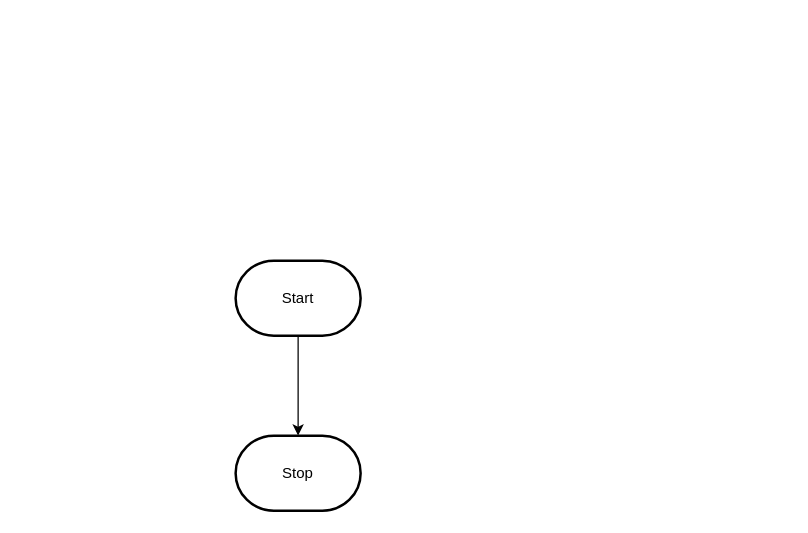
MTHS-ICD2O-1-2023/ICD2O-Unit-3-02-nathan-desilva keeps this draw.io diagram as design/flowchart.drawio. Above is the earlier version. Source tidied: cells renumbered, new cells numbered last; positions are measured from the earlier drawing's top-left corner, leaving out a move shared by most shapes. Both pictures are drawn from the tidied source at 125%, with x=0, y=0 at pixel (235, 260).
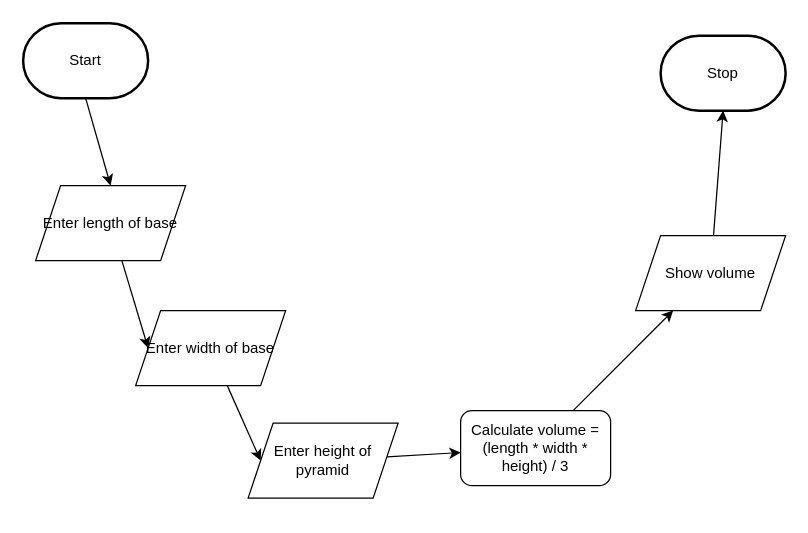
Above is the later version.

Commit message (it also covers changes not shown here):
did flowchart and storyboard

Diff of the diagram source:
```diff
@@
 <mxGraphModel>
   <root>
     <mxCell id="0" />
     <mxCell id="1" parent="0" />
-    <mxCell id="2" style="edgeStyle=orthogonalEdgeStyle;html=1;rounded=0;" parent="1" edge="1" source="3" target="4">
-      <mxGeometry relative="1" as="geometry" />
-    </mxCell>
+    <mxCell id="5" style="edgeStyle=none;html=1;exitX=0.5;exitY=1;exitDx=0;exitDy=0;exitPerimeter=0;entryX=0.5;entryY=0;entryDx=0;entryDy=0;" parent="1" edge="1" source="3" target="7">
+      <mxGeometry relative="1" as="geometry" />
+    </mxCell>
     <mxCell id="3" value="Start" style="strokeWidth=2;html=1;shape=mxgraph.flowchart.terminator;whiteSpace=wrap;" parent="1" vertex="1">
-      <mxGeometry width="100" height="60" as="geometry" />
+      <mxGeometry x="-170" y="-190" width="100" height="60" as="geometry" />
     </mxCell>
     <mxCell id="4" value="Stop" style="strokeWidth=2;html=1;shape=mxgraph.flowchart.terminator;whiteSpace=wrap;" parent="1" vertex="1">
-      <mxGeometry y="140" width="100" height="60" as="geometry" />
+      <mxGeometry x="340" y="-180" width="100" height="60" as="geometry" />
     </mxCell>
+    <mxCell id="6" style="edgeStyle=none;html=1;entryX=0;entryY=0.5;entryDx=0;entryDy=0;" parent="1" edge="1" source="7" target="9">
+      <mxGeometry relative="1" as="geometry" />
+    </mxCell>
+    <mxCell id="7" value="Enter length of base" style="shape=parallelogram;perimeter=parallelogramPerimeter;whiteSpace=wrap;html=1;fixedSize=1;" parent="1" vertex="1">
+      <mxGeometry x="-160" y="-60" width="120" height="60" as="geometry" />
+    </mxCell>
+    <mxCell id="8" style="edgeStyle=none;html=1;entryX=0;entryY=0.5;entryDx=0;entryDy=0;" parent="1" edge="1" source="9" target="11">
+      <mxGeometry relative="1" as="geometry" />
+    </mxCell>
+    <mxCell id="9" value="Enter width of base" style="shape=parallelogram;perimeter=parallelogramPerimeter;whiteSpace=wrap;html=1;fixedSize=1;" parent="1" vertex="1">
+      <mxGeometry x="-80" y="40" width="120" height="60" as="geometry" />
+    </mxCell>
+    <mxCell id="10" style="edgeStyle=none;html=1;" parent="1" edge="1" source="11" target="13">
+      <mxGeometry relative="1" as="geometry" />
+    </mxCell>
+    <mxCell id="11" value="Enter height of pyramid" style="shape=parallelogram;perimeter=parallelogramPerimeter;whiteSpace=wrap;html=1;fixedSize=1;" parent="1" vertex="1">
+      <mxGeometry x="10" y="130" width="120" height="60" as="geometry" />
+    </mxCell>
+    <mxCell id="12" style="edgeStyle=none;html=1;entryX=0.25;entryY=1;entryDx=0;entryDy=0;" parent="1" edge="1" source="13" target="15">
+      <mxGeometry relative="1" as="geometry" />
+    </mxCell>
+    <mxCell id="13" value="Calculate volume = (length * width * height) / 3" style="rounded=1;whiteSpace=wrap;html=1;" parent="1" vertex="1">
+      <mxGeometry x="180" y="120" width="120" height="60" as="geometry" />
+    </mxCell>
+    <mxCell id="14" style="edgeStyle=none;html=1;entryX=0.5;entryY=1;entryDx=0;entryDy=0;entryPerimeter=0;" parent="1" edge="1" source="15" target="4">
+      <mxGeometry relative="1" as="geometry" />
+    </mxCell>
+    <mxCell id="15" value="Show volume" style="shape=parallelogram;perimeter=parallelogramPerimeter;whiteSpace=wrap;html=1;fixedSize=1;" parent="1" vertex="1">
+      <mxGeometry x="320" y="-20" width="120" height="60" as="geometry" />
+    </mxCell>
   </root>
 </mxGraphModel>
```
